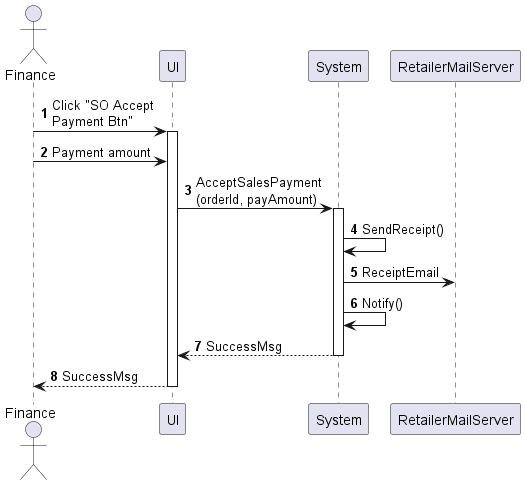
This is sequences/sales-order-accept-payment.png from phihungha/scmss-reqs, a PlantUML export, as it was before one commit.
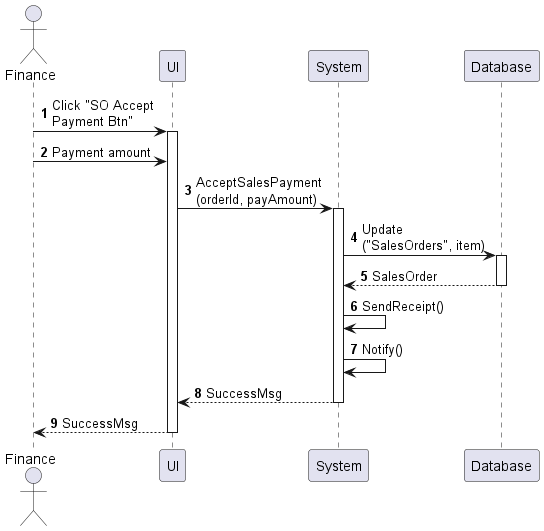
After the commit.

Change to the diagram source:
```diff
@@ -4,15 +4,17 @@
 actor "Finance" as a
 participant UI as f
 participant System as b
-participant RetailerMailServer as c
+participant Database as d
 
 a -> f : Click "SO Accept\nPayment Btn"
 activate f
 a -> f : Payment amount
 f -> b : AcceptSalesPayment\n(orderId, payAmount)
 activate b
+b -> d : Update\n("SalesOrders", item)
+activate d
+return SalesOrder
 b -> b : SendReceipt()
-b -> c : ReceiptEmail
 b -> b : Notify()
 return SuccessMsg
 return SuccessMsg
```
